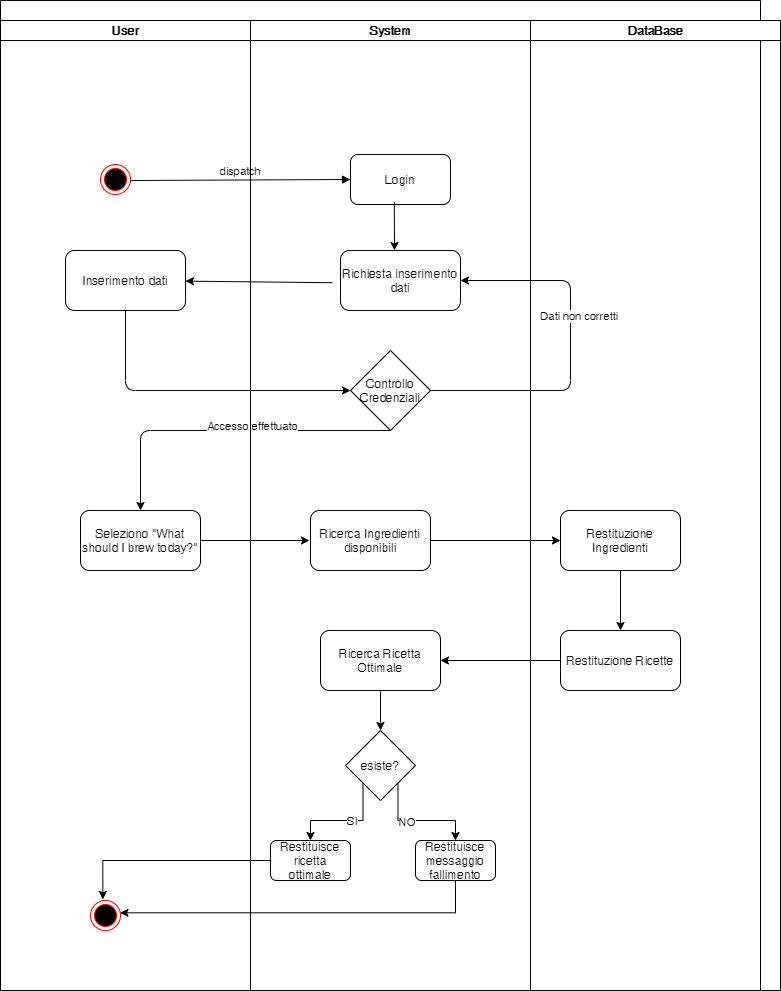
UnimibSoftEngCourse2021/progetto-birra-2-gruppo-birra-2 keeps this draw.io diagram as Diagrammi/Diagramma delle attività.png. Above is the earlier version. Source tidied: cells renumbered, new cells last; positions are measured from the earlier drawing's top-left corner, leaving out a move shared by most shapes.
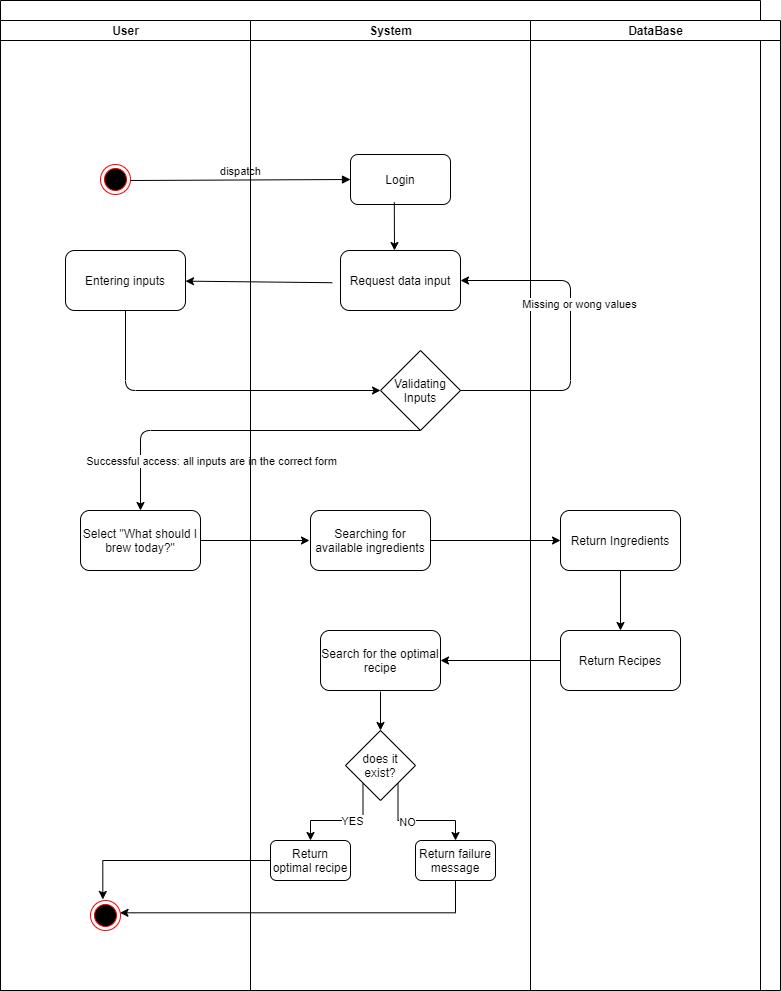
After the change.

Diff of the diagram source:
```diff
@@ -16,10 +16,10 @@
         <mxPoint x="130" y="160" as="sourcePoint" />
       </mxGeometry>
     </mxCell>
-    <mxCell id="6" value="Inserimento dati" style="rounded=1;whiteSpace=wrap;html=1;" parent="3" vertex="1">
+    <mxCell id="6" value="Entering inputs" style="rounded=1;whiteSpace=wrap;html=1;" parent="3" vertex="1">
       <mxGeometry x="65" y="230" width="120" height="60" as="geometry" />
     </mxCell>
-    <mxCell id="7" value="Seleziono &quot;What should I brew today?&quot;" style="rounded=1;whiteSpace=wrap;html=1;" parent="3" vertex="1">
+    <mxCell id="7" value="Select &quot;What should I brew today?&quot;" style="rounded=1;whiteSpace=wrap;html=1;" parent="3" vertex="1">
       <mxGeometry x="80" y="490" width="120" height="60" as="geometry" />
     </mxCell>
     <mxCell id="8" style="ellipse;html=1;shape=endState;fillColor=#000000;strokeColor=#ff0000;" parent="3" vertex="1">
@@ -42,8 +42,10 @@
         </Array>
       </mxGeometry>
     </mxCell>
-    <mxCell id="12" value="Accesso effettuato" style="edgeLabel;html=1;align=center;verticalAlign=middle;" parent="11" vertex="1">
-      <mxGeometry x="-0.16" y="-5" relative="1" as="geometry" />
+    <mxCell id="12" value="Successful access: all inputs are in the correct form" style="edgeLabel;html=1;align=center;verticalAlign=middle;" parent="11" vertex="1">
+      <mxGeometry x="-0.16" y="-5" relative="1" as="geometry">
+        <mxPoint x="-59" y="35" as="offset" />
+      </mxGeometry>
     </mxCell>
     <mxCell id="13" style="endArrow=classic;html=1;exitX=1;exitY=0.5;exitDx=0;exitDy=0;" parent="2" edge="1" source="7">
       <mxGeometry relative="1" as="geometry">
@@ -62,17 +64,17 @@
     <mxCell id="17" style="edgeStyle=orthogonalEdgeStyle;rounded=0;jettySize=auto;html=1;exitX=0.5;exitY=1;exitDx=0;exitDy=0;entryX=0.5;entryY=0;entryDx=0;entryDy=0;" parent="16" edge="1" source="18" target="19">
       <mxGeometry relative="1" as="geometry" />
     </mxCell>
-    <mxCell id="18" value="Restituzione Ingredienti" style="rounded=1;whiteSpace=wrap;html=1;" parent="16" vertex="1">
+    <mxCell id="18" value="Return Ingredients" style="rounded=1;whiteSpace=wrap;html=1;" parent="16" vertex="1">
       <mxGeometry x="30" y="490" width="120" height="60" as="geometry" />
     </mxCell>
-    <mxCell id="19" value="Restituzione Ricette" style="rounded=1;whiteSpace=wrap;html=1;" parent="16" vertex="1">
+    <mxCell id="19" value="Return Recipes" style="rounded=1;whiteSpace=wrap;html=1;" parent="16" vertex="1">
       <mxGeometry x="30" y="610" width="120" height="60" as="geometry" />
     </mxCell>
-    <mxCell id="20" value="Richiesta inserimento dati" style="rounded=1;whiteSpace=wrap;html=1;" parent="14" vertex="1">
+    <mxCell id="20" value="Request data input" style="rounded=1;whiteSpace=wrap;html=1;" parent="14" vertex="1">
       <mxGeometry x="90" y="230" width="120" height="60" as="geometry" />
     </mxCell>
-    <mxCell id="21" value="Controllo Credenziali" style="rhombus;whiteSpace=wrap;html=1;" parent="14" vertex="1">
-      <mxGeometry x="100" y="330" width="80" height="80" as="geometry" />
+    <mxCell id="21" value="Validating Inputs" style="rhombus;whiteSpace=wrap;html=1;" parent="14" vertex="1">
+      <mxGeometry x="130" y="330" width="80" height="80" as="geometry" />
     </mxCell>
     <mxCell id="22" style="endArrow=classic;html=1;exitX=1;exitY=0.5;exitDx=0;exitDy=0;entryX=1;entryY=0.5;entryDx=0;entryDy=0;" parent="14" edge="1" source="21" target="20">
       <mxGeometry relative="1" as="geometry">
@@ -82,7 +84,7 @@
         </Array>
       </mxGeometry>
     </mxCell>
-    <mxCell id="23" value="Dati non corretti" style="edgeLabel;html=1;align=center;verticalAlign=middle;" parent="22" vertex="1">
+    <mxCell id="23" value="Missing or wong values" style="edgeLabel;html=1;align=center;verticalAlign=middle;" parent="22" vertex="1">
       <mxGeometry x="0.19" y="-8" relative="1" as="geometry" />
     </mxCell>
     <mxCell id="24" style="endArrow=classic;html=1;exitX=0.438;exitY=0.957;exitDx=0;exitDy=0;exitPerimeter=0;" parent="14" edge="1" source="15">
@@ -90,25 +92,25 @@
         <mxPoint x="144" y="230" as="targetPoint" />
       </mxGeometry>
     </mxCell>
-    <mxCell id="25" value="Ricerca Ingredienti disponibili" style="rounded=1;whiteSpace=wrap;html=1;" parent="14" vertex="1">
+    <mxCell id="25" value="Searching for available ingredients" style="rounded=1;whiteSpace=wrap;html=1;" parent="14" vertex="1">
       <mxGeometry x="60" y="490" width="120" height="60" as="geometry" />
     </mxCell>
     <mxCell id="26" style="endArrow=classic;html=1;exitX=1;exitY=0.5;exitDx=0;exitDy=0;entryX=0;entryY=0.5;entryDx=0;entryDy=0;" parent="14" edge="1" source="25" target="18">
       <mxGeometry relative="1" as="geometry" />
     </mxCell>
-    <mxCell id="27" value="Ricerca Ricetta Ottimale" style="rounded=1;whiteSpace=wrap;html=1;" parent="14" vertex="1">
+    <mxCell id="27" value="Search for the optimal recipe" style="rounded=1;whiteSpace=wrap;html=1;" parent="14" vertex="1">
       <mxGeometry x="70" y="610" width="120" height="60" as="geometry" />
     </mxCell>
     <mxCell id="28" style="edgeStyle=orthogonalEdgeStyle;rounded=0;jettySize=auto;html=1;exitX=0;exitY=0.5;exitDx=0;exitDy=0;entryX=1;entryY=0.5;entryDx=0;entryDy=0;" parent="14" edge="1" source="19" target="27">
       <mxGeometry relative="1" as="geometry" />
     </mxCell>
-    <mxCell id="29" value="Restituisce ricetta ottimale" style="rounded=1;whiteSpace=wrap;html=1;" parent="14" vertex="1">
+    <mxCell id="29" value="Return optimal recipe" style="rounded=1;whiteSpace=wrap;html=1;" parent="14" vertex="1">
       <mxGeometry x="20" y="820" width="80" height="40" as="geometry" />
     </mxCell>
     <mxCell id="30" style="edgeStyle=orthogonalEdgeStyle;rounded=0;jettySize=auto;html=1;exitX=0;exitY=1;exitDx=0;exitDy=0;" parent="14" edge="1" source="34" target="29">
       <mxGeometry relative="1" as="geometry" />
     </mxCell>
-    <mxCell id="31" value="SI" style="edgeLabel;html=1;align=center;verticalAlign=middle;" parent="30" vertex="1">
+    <mxCell id="31" value="YES" style="edgeLabel;html=1;align=center;verticalAlign=middle;" parent="30" vertex="1">
       <mxGeometry x="-0.11" relative="1" as="geometry" />
     </mxCell>
     <mxCell id="32" style="edgeStyle=orthogonalEdgeStyle;rounded=0;jettySize=auto;html=1;exitX=1;exitY=1;exitDx=0;exitDy=0;entryX=0.5;entryY=0;entryDx=0;entryDy=0;" parent="14" edge="1" source="34" target="36">
@@ -117,7 +119,7 @@
     <mxCell id="33" value="NO" style="edgeLabel;html=1;align=center;verticalAlign=middle;" parent="32" vertex="1">
       <mxGeometry x="-0.2" y="-1" relative="1" as="geometry" />
     </mxCell>
-    <mxCell id="34" value="esiste?" style="rhombus;whiteSpace=wrap;html=1;" parent="14" vertex="1">
+    <mxCell id="34" value="does it exist?" style="rhombus;whiteSpace=wrap;html=1;" parent="14" vertex="1">
       <mxGeometry x="95" y="710" width="70" height="70" as="geometry" />
     </mxCell>
     <mxCell id="35" style="endArrow=classic;html=1;entryX=0.5;entryY=0;entryDx=0;entryDy=0;" parent="14" edge="1" target="34">
@@ -125,7 +127,7 @@
         <mxPoint x="130" y="671" as="sourcePoint" />
       </mxGeometry>
     </mxCell>
-    <mxCell id="36" value="Restituisce messaggio fallimento" style="rounded=1;whiteSpace=wrap;html=1;" parent="14" vertex="1">
+    <mxCell id="36" value="Return failure message" style="rounded=1;whiteSpace=wrap;html=1;" parent="14" vertex="1">
       <mxGeometry x="165" y="820" width="80" height="40" as="geometry" />
     </mxCell>
     <mxCell id="37" style="edgeStyle=orthogonalEdgeStyle;rounded=0;jettySize=auto;html=1;exitX=0;exitY=0.5;exitDx=0;exitDy=0;entryX=0.411;entryY=-0.035;entryDx=0;entryDy=0;entryPerimeter=0;" parent="2" edge="1" source="29" target="8">
```
